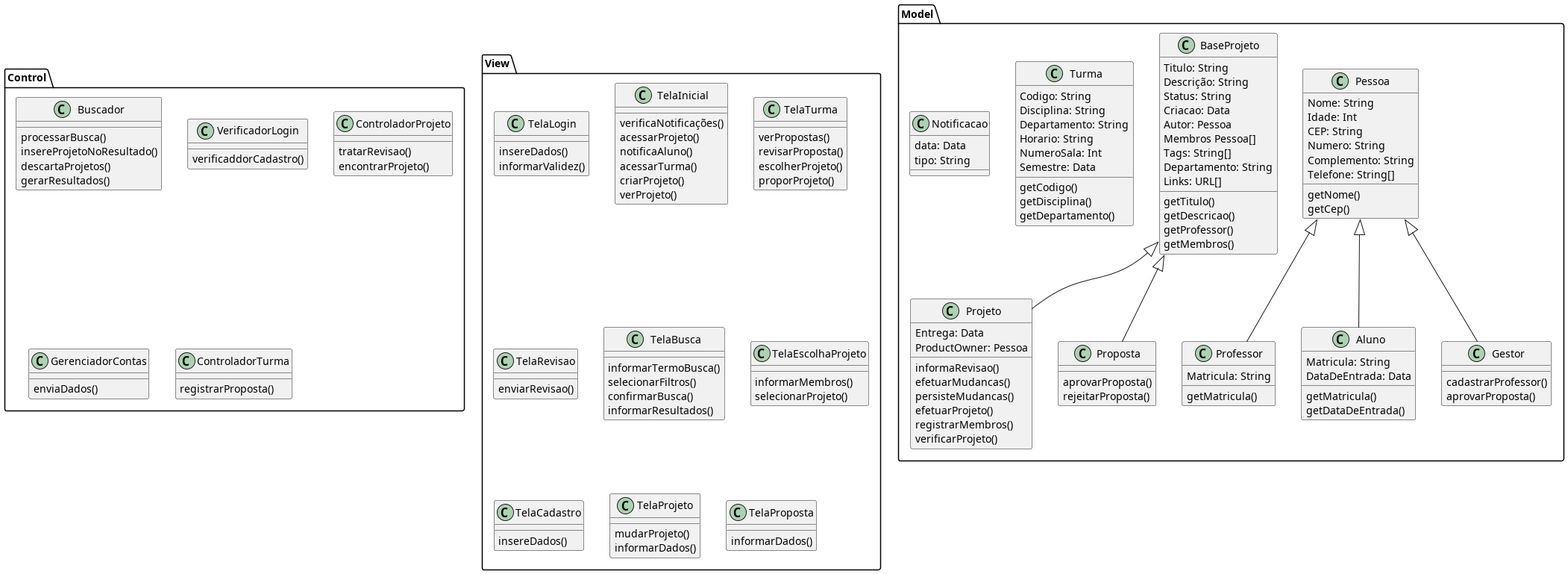
The PlantUML diagram diagramas/pacotes.png in Pedro-V/projetorium, before a commit.
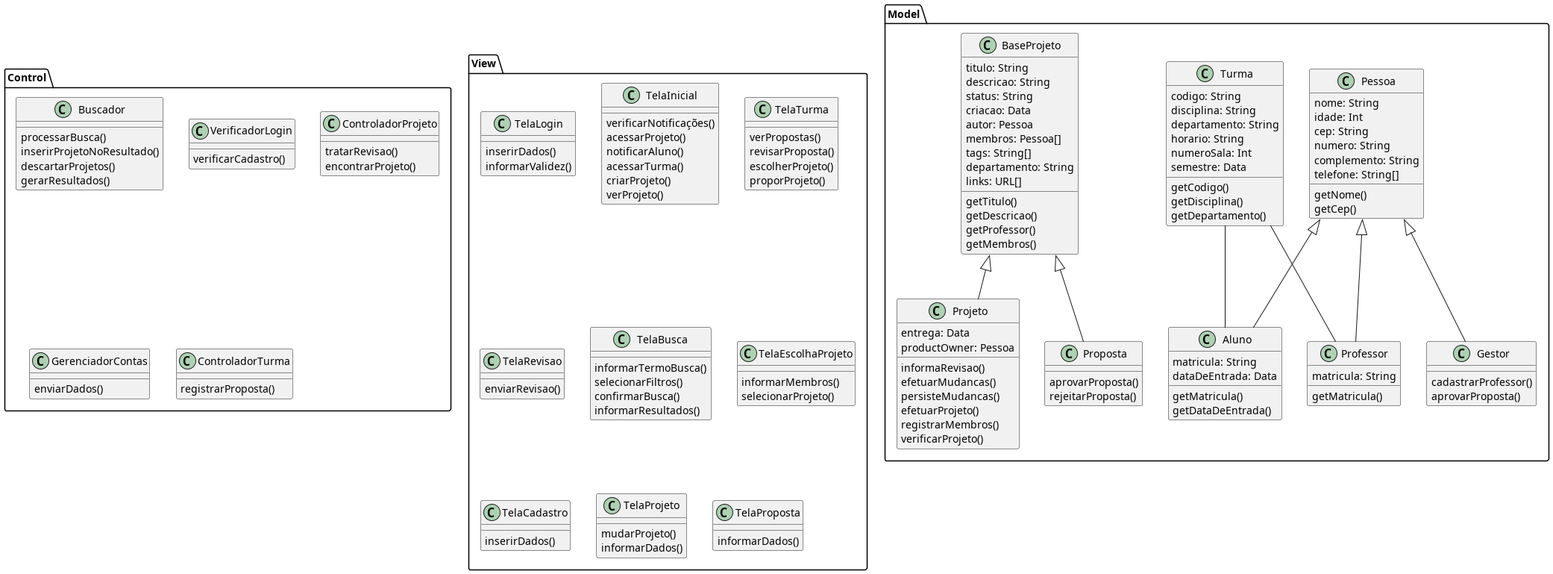
Later version of the same file.

Change to the diagram source:
```diff
@@ -2,24 +2,24 @@
 folder Model{
 
     class Pessoa{
-        Nome: String
-        Idade: Int
-        CEP: String
-        Numero: String
-        Complemento: String
-        Telefone: String[]
+        nome: String
+        idade: Int
+        cep: String
+        numero: String
+        complemento: String
+        telefone: String[]
         getNome()
         getCep()
     }
 
     class Professor {
-        Matricula: String
+        matricula: String
         getMatricula()
     }
 
     class Aluno {
-        Matricula: String
-        DataDeEntrada: Data
+        matricula: String
+        dataDeEntrada: Data
         getMatricula()
         getDataDeEntrada()
     }
@@ -30,15 +30,15 @@
     }
 
     class BaseProjeto {
-        Titulo: String
-        Descrição: String
-        Status: String
-        Criacao: Data
-        Autor: Pessoa
-        Membros Pessoa[]
-        Tags: String[]
-        Departamento: String
-        Links: URL[]
+        titulo: String
+        descricao: String
+        status: String
+        criacao: Data
+        autor: Pessoa
+        membros: Pessoa[]
+        tags: String[]
+        departamento: String
+        links: URL[]
 
         getTitulo()
         getDescricao()
@@ -47,8 +47,8 @@
     }
 
     class Projeto {
-        Entrega: Data
-        ProductOwner: Pessoa
+        entrega: Data
+        productOwner: Pessoa
 
         informaRevisao()
         efetuarMudancas()
@@ -68,38 +68,36 @@
 
 
     class Turma {
-        Codigo: String
-        Disciplina: String
-        Departamento: String
-        Horario: String
-        NumeroSala: Int
-        Semestre: Data
+        codigo: String
+        disciplina: String
+        departamento: String
+        horario: String
+        numeroSala: Int
+        semestre: Data
         getCodigo()
         getDisciplina()
         getDepartamento()
     }
 
-    class Notificacao{
-        data: Data
-        tipo: String
-    }
-
     Pessoa <|-- Professor
     Pessoa <|-- Aluno
     Pessoa <|-- Gestor
+
+    Turma -- Aluno
+    Turma -- Professor
 }
 
 folder Control{
 
     class Buscador  {
      processarBusca()
-     insereProjetoNoResultado()
-     descartaProjetos()
+     inserirProjetoNoResultado()
+     descartarProjetos()
      gerarResultados()
     }
 
     class VerificadorLogin{
-        verificaddorCadastro()
+        verificarCadastro()
     }
 
     class ControladorProjeto{
@@ -108,7 +106,7 @@
     }
 
     class GerenciadorContas{
-        enviaDados()
+        enviarDados()
     }
 
     class ControladorTurma{
@@ -118,14 +116,14 @@
 
 folder View{
     class TelaLogin{
-        insereDados()
+        inserirDados()
         informarValidez()
     }
 
     class TelaInicial{
-        verificaNotificações()
+        verificarNotificações()
         acessarProjeto()
-        notificaAluno()
+        notificarAluno()
         acessarTurma()
         criarProjeto()
         verProjeto()
@@ -155,7 +153,7 @@
     }
 
     class TelaCadastro{
-        insereDados()
+        inserirDados()
     }
 
     class TelaProjeto{
```
